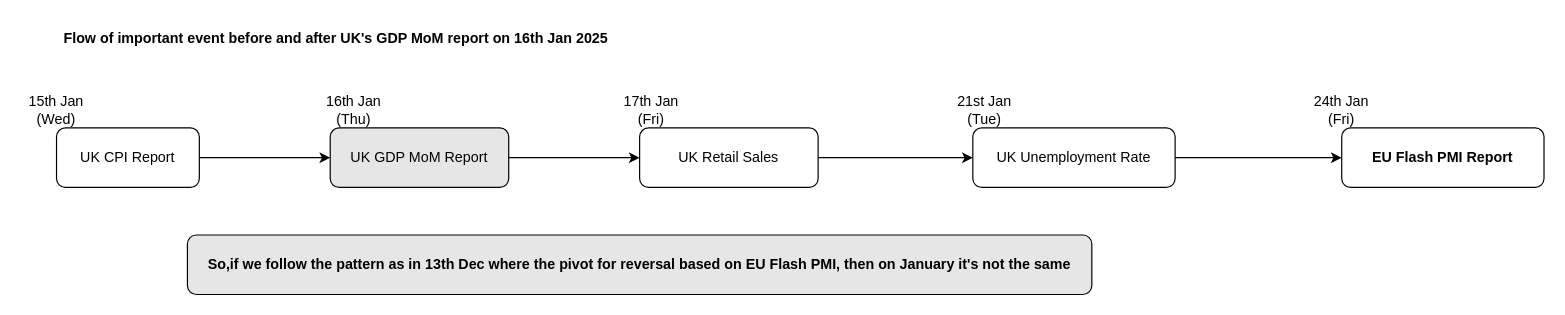
This is page "UK GDP MoM (16th Jan)" (13 of 13) of macro-analysis.drawio from primprum/macro-analysis, a draw.io file, before an edit. Source tidied: cells renumbered, new cells numbered last; positions are measured from the earlier drawing's top-left corner, leaving out a move shared by most shapes. Both pictures are drawn from the tidied source at 119%, with x=0, y=0 at pixel (20, 20).
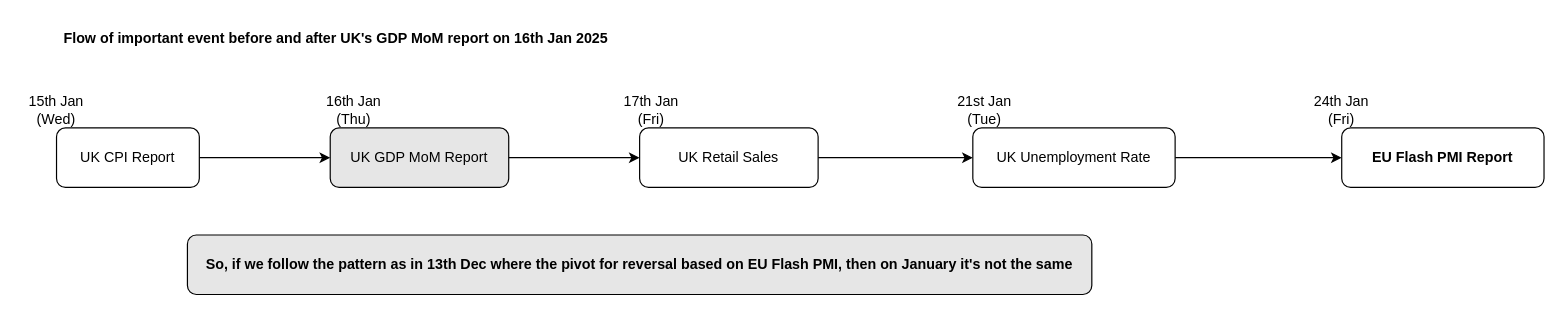
The same page after the edit.

What changed in the source:
```diff
@@
 <mxGraphModel>
   <root>
     <mxCell id="0" />
     <mxCell id="1" parent="0" />
     <mxCell id="2" style="rounded=1;whiteSpace=wrap;html=1;fillColor=#E6E6E6;" parent="1" vertex="1">
       <mxGeometry x="140" y="180" width="760" height="50" as="geometry" />
     </mxCell>
     <mxCell id="3" value="&lt;b&gt;Flow of important event before and after UK's GDP MoM report on 16th Jan 2025&lt;/b&gt;" style="text;html=1;align=center;verticalAlign=middle;whiteSpace=wrap;rounded=0;" parent="1" vertex="1">
       <mxGeometry x="10" width="510" height="30" as="geometry" />
     </mxCell>
     <mxCell id="4" value="15th Jan (Wed)" style="text;html=1;align=center;verticalAlign=middle;whiteSpace=wrap;rounded=0;" parent="1" vertex="1">
       <mxGeometry y="60" width="60" height="30" as="geometry" />
     </mxCell>
     <mxCell id="5" style="edgeStyle=orthogonalEdgeStyle;rounded=0;jettySize=auto;html=1;exitX=1;exitY=0.5;exitDx=0;exitDy=0;" parent="1" edge="1" source="6" target="9">
       <mxGeometry relative="1" as="geometry" />
     </mxCell>
     <mxCell id="6" value="UK CPI Report" style="rounded=1;whiteSpace=wrap;html=1;" parent="1" vertex="1">
       <mxGeometry x="30" y="90" width="120" height="50" as="geometry" />
     </mxCell>
     <mxCell id="7" value="16th Jan (Thu)" style="text;html=1;align=center;verticalAlign=middle;whiteSpace=wrap;rounded=0;" parent="1" vertex="1">
       <mxGeometry x="250" y="60" width="60" height="30" as="geometry" />
     </mxCell>
     <mxCell id="8" style="edgeStyle=orthogonalEdgeStyle;rounded=0;jettySize=auto;html=1;exitX=1;exitY=0.5;exitDx=0;exitDy=0;entryX=0;entryY=0.5;entryDx=0;entryDy=0;" parent="1" edge="1" source="9" target="11">
       <mxGeometry relative="1" as="geometry" />
     </mxCell>
     <mxCell id="9" value="UK GDP MoM Report" style="rounded=1;whiteSpace=wrap;html=1;fillColor=#E6E6E6;" parent="1" vertex="1">
       <mxGeometry x="260" y="90" width="150" height="50" as="geometry" />
     </mxCell>
     <mxCell id="10" style="edgeStyle=orthogonalEdgeStyle;rounded=0;jettySize=auto;html=1;exitX=1;exitY=0.5;exitDx=0;exitDy=0;" parent="1" edge="1" source="11" target="14">
       <mxGeometry relative="1" as="geometry" />
     </mxCell>
     <mxCell id="11" value="UK Retail Sales" style="rounded=1;whiteSpace=wrap;html=1;" parent="1" vertex="1">
       <mxGeometry x="520" y="90" width="150" height="50" as="geometry" />
     </mxCell>
     <mxCell id="12" value="17th Jan (Fri)" style="text;html=1;align=center;verticalAlign=middle;whiteSpace=wrap;rounded=0;" parent="1" vertex="1">
       <mxGeometry x="500" y="60" width="60" height="30" as="geometry" />
     </mxCell>
     <mxCell id="13" style="edgeStyle=orthogonalEdgeStyle;rounded=0;jettySize=auto;html=1;exitX=1;exitY=0.5;exitDx=0;exitDy=0;" parent="1" edge="1" source="14" target="16">
       <mxGeometry relative="1" as="geometry" />
     </mxCell>
     <mxCell id="14" value="UK Unemployment Rate" style="rounded=1;whiteSpace=wrap;html=1;" parent="1" vertex="1">
       <mxGeometry x="800" y="90" width="170" height="50" as="geometry" />
     </mxCell>
     <mxCell id="15" value="21st Jan (Tue)" style="text;html=1;align=center;verticalAlign=middle;whiteSpace=wrap;rounded=0;" parent="1" vertex="1">
       <mxGeometry x="780" y="60" width="60" height="30" as="geometry" />
     </mxCell>
     <mxCell id="16" value="&lt;b&gt;EU Flash PMI Report&lt;/b&gt;" style="rounded=1;whiteSpace=wrap;html=1;" parent="1" vertex="1">
       <mxGeometry x="1110" y="90" width="170" height="50" as="geometry" />
     </mxCell>
     <mxCell id="17" value="24th Jan (Fri)" style="text;html=1;align=center;verticalAlign=middle;whiteSpace=wrap;rounded=0;" parent="1" vertex="1">
       <mxGeometry x="1080" y="60" width="60" height="30" as="geometry" />
     </mxCell>
-    <mxCell id="18" value="&lt;b&gt;So,if we follow the pattern as in 13th Dec where the pivot for reversal based on EU Flash PMI, then on January it's not the same&lt;/b&gt;" style="text;html=1;align=center;verticalAlign=middle;whiteSpace=wrap;rounded=0;" parent="1" vertex="1">
+    <mxCell id="18" value="&lt;b&gt;So, if we follow the pattern as in 13th Dec where the pivot for reversal based on EU Flash PMI, then on January it's not the same&lt;/b&gt;" style="text;html=1;align=center;verticalAlign=middle;whiteSpace=wrap;rounded=0;" parent="1" vertex="1">
       <mxGeometry x="130" y="190" width="780" height="30" as="geometry" />
     </mxCell>
   </root>
 </mxGraphModel>
```
